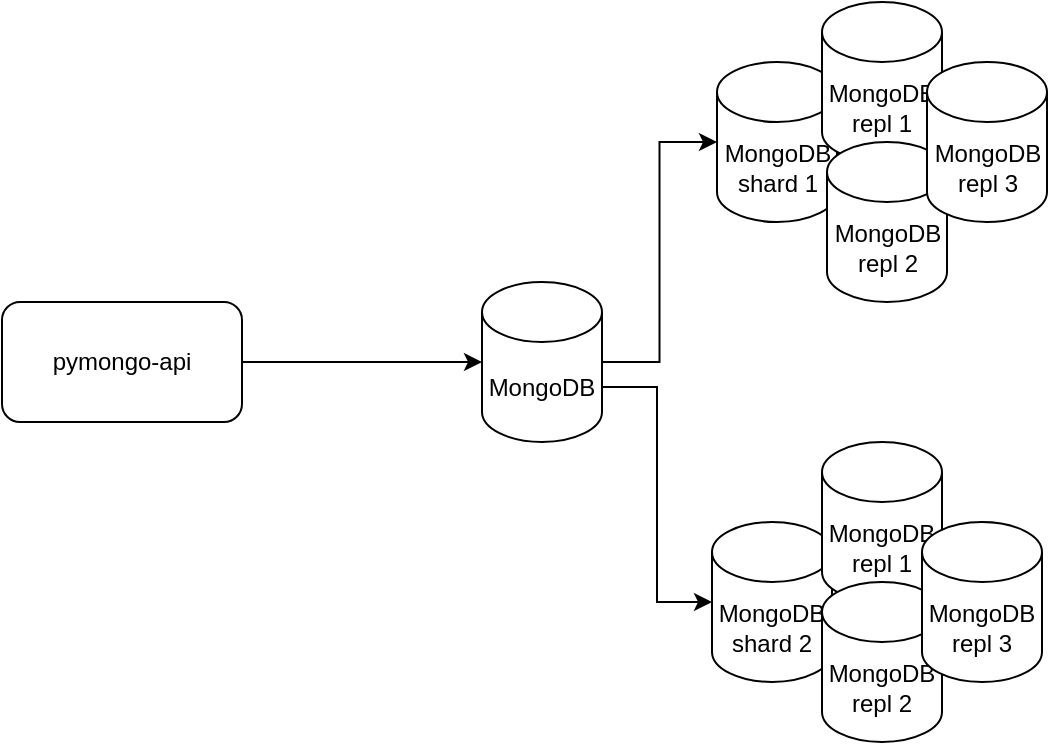
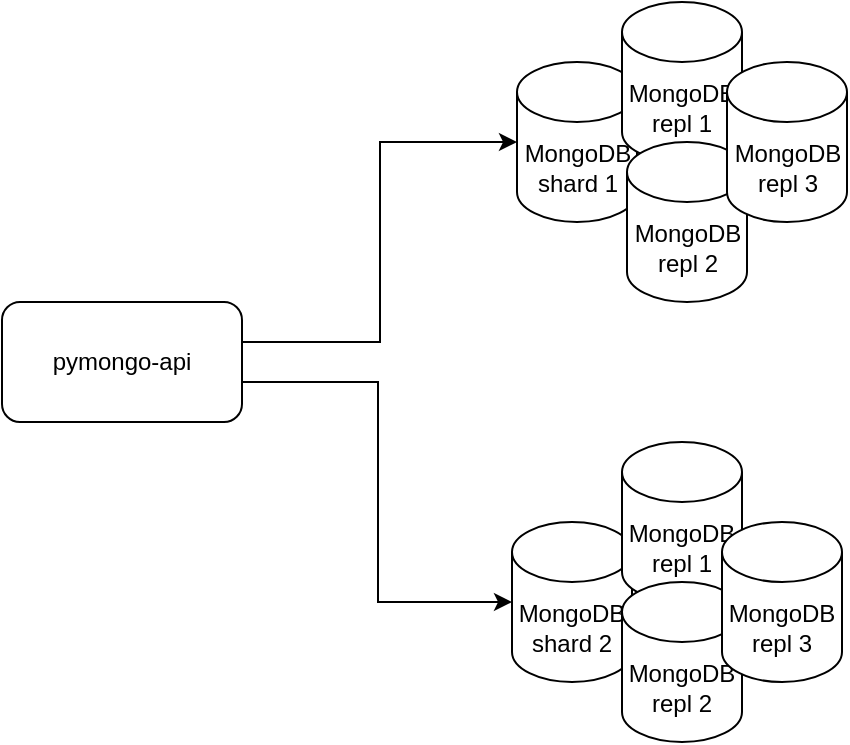
<mxfile host="Electron" agent="Mozilla/5.0 (Macintosh; Intel Mac OS X 10_15_7) AppleWebKit/537.36 (KHTML, like Gecko) draw.io/28.2.8 Chrome/140.0.7339.240 Electron/38.4.0 Safari/537.36" version="28.2.8">
  <diagram name="Page-1" id="-H_mtQnk-PTXWXPvYvuk">
-     <mxGraphModel dx="807" dy="645" grid="1" gridSize="10" guides="1" tooltips="1" connect="1" arrows="1" fold="1" page="1" pageScale="1" pageWidth="1169" pageHeight="827" math="0" shadow="0">
+     <mxGraphModel dx="970" dy="645" grid="1" gridSize="10" guides="1" tooltips="1" connect="1" arrows="1" fold="1" page="1" pageScale="1" pageWidth="1169" pageHeight="827" math="0" shadow="0">
      <root>
        <mxCell id="0" />
        <mxCell id="1" parent="0" />
        <mxCell id="zA23MoTUsTF4_91t8viU-2" value="MongoDB&lt;div&gt;shard 1&lt;/div&gt;" style="shape=cylinder3;whiteSpace=wrap;html=1;boundedLbl=1;backgroundOutline=1;size=15;" parent="1" vertex="1">
          <mxGeometry x="457.5" y="170" width="60" height="80" as="geometry" />
        </mxCell>
        <mxCell id="zA23MoTUsTF4_91t8viU-3" value="pymongo-api" style="rounded=1;whiteSpace=wrap;html=1;" parent="1" vertex="1">
-           <mxGeometry x="100" y="290" width="120" height="60" as="geometry" />
+           <mxGeometry x="200" y="290" width="120" height="60" as="geometry" />
        </mxCell>
-         <mxCell id="zA23MoTUsTF4_91t8viU-4" style="edgeStyle=orthogonalEdgeStyle;rounded=0;orthogonalLoop=1;jettySize=auto;html=1;entryX=0;entryY=0.5;entryDx=0;entryDy=0;entryPerimeter=0;exitX=1;exitY=0.5;exitDx=0;exitDy=0;exitPerimeter=0;" parent="1" source="pXTguWNS1w-aLonY1NDx-9" target="zA23MoTUsTF4_91t8viU-2" edge="1">
+         <mxCell id="zA23MoTUsTF4_91t8viU-4" style="edgeStyle=orthogonalEdgeStyle;rounded=0;orthogonalLoop=1;jettySize=auto;html=1;entryX=0;entryY=0.5;entryDx=0;entryDy=0;entryPerimeter=0;exitX=1;exitY=0.25;exitDx=0;exitDy=0;" parent="1" source="zA23MoTUsTF4_91t8viU-3" target="zA23MoTUsTF4_91t8viU-2" edge="1">
          <mxGeometry relative="1" as="geometry">
-             <mxPoint x="450" y="300" as="sourcePoint" />
+             <mxPoint x="400" y="320" as="sourcePoint" />
+             <Array as="points">
+               <mxPoint x="320" y="310" />
+               <mxPoint x="389" y="310" />
+               <mxPoint x="389" y="210" />
+             </Array>
          </mxGeometry>
        </mxCell>
-         <mxCell id="pXTguWNS1w-aLonY1NDx-1" value="MongoDB&lt;div&gt;repl 1&lt;/div&gt;" style="shape=cylinder3;whiteSpace=wrap;html=1;boundedLbl=1;backgroundOutline=1;size=15;" vertex="1" parent="1">
+         <mxCell id="pXTguWNS1w-aLonY1NDx-1" value="MongoDB&lt;div&gt;repl 1&lt;/div&gt;" style="shape=cylinder3;whiteSpace=wrap;html=1;boundedLbl=1;backgroundOutline=1;size=15;" parent="1" vertex="1">
          <mxGeometry x="510" y="140" width="60" height="80" as="geometry" />
        </mxCell>
-         <mxCell id="pXTguWNS1w-aLonY1NDx-2" value="MongoDB&lt;br&gt;&lt;div&gt;&lt;span style=&quot;background-color: transparent; color: light-dark(rgb(0, 0, 0), rgb(255, 255, 255));&quot;&gt;repl&lt;/span&gt;&amp;nbsp;2&lt;/div&gt;" style="shape=cylinder3;whiteSpace=wrap;html=1;boundedLbl=1;backgroundOutline=1;size=15;" vertex="1" parent="1">
+         <mxCell id="pXTguWNS1w-aLonY1NDx-2" value="MongoDB&lt;br&gt;&lt;div&gt;&lt;span style=&quot;background-color: transparent; color: light-dark(rgb(0, 0, 0), rgb(255, 255, 255));&quot;&gt;repl&lt;/span&gt;&amp;nbsp;2&lt;/div&gt;" style="shape=cylinder3;whiteSpace=wrap;html=1;boundedLbl=1;backgroundOutline=1;size=15;" parent="1" vertex="1">
          <mxGeometry x="512.5" y="210" width="60" height="80" as="geometry" />
        </mxCell>
-         <mxCell id="pXTguWNS1w-aLonY1NDx-3" value="MongoDB&lt;div&gt;shard 2&lt;/div&gt;" style="shape=cylinder3;whiteSpace=wrap;html=1;boundedLbl=1;backgroundOutline=1;size=15;" vertex="1" parent="1">
+         <mxCell id="pXTguWNS1w-aLonY1NDx-3" value="MongoDB&lt;div&gt;shard 2&lt;/div&gt;" style="shape=cylinder3;whiteSpace=wrap;html=1;boundedLbl=1;backgroundOutline=1;size=15;" parent="1" vertex="1">
          <mxGeometry x="455" y="400" width="60" height="80" as="geometry" />
        </mxCell>
-         <mxCell id="pXTguWNS1w-aLonY1NDx-4" style="edgeStyle=orthogonalEdgeStyle;rounded=0;orthogonalLoop=1;jettySize=auto;html=1;exitX=1;exitY=0;exitDx=0;exitDy=52.5;entryX=0;entryY=0.5;entryDx=0;entryDy=0;entryPerimeter=0;exitPerimeter=0;" edge="1" parent="1" target="pXTguWNS1w-aLonY1NDx-3" source="pXTguWNS1w-aLonY1NDx-9">
+         <mxCell id="pXTguWNS1w-aLonY1NDx-4" style="edgeStyle=orthogonalEdgeStyle;rounded=0;orthogonalLoop=1;jettySize=auto;html=1;entryX=0;entryY=0.5;entryDx=0;entryDy=0;entryPerimeter=0;" parent="1" target="pXTguWNS1w-aLonY1NDx-3" edge="1">
          <mxGeometry relative="1" as="geometry">
-             <mxPoint x="365" y="440" as="sourcePoint" />
+             <mxPoint x="320" y="340" as="sourcePoint" />
+             <Array as="points">
+               <mxPoint x="320" y="330" />
+               <mxPoint x="388" y="330" />
+               <mxPoint x="388" y="440" />
+             </Array>
          </mxGeometry>
        </mxCell>
-         <mxCell id="pXTguWNS1w-aLonY1NDx-5" value="MongoDB&lt;br&gt;&lt;div&gt;&lt;span style=&quot;background-color: transparent; color: light-dark(rgb(0, 0, 0), rgb(255, 255, 255));&quot;&gt;repl&lt;/span&gt;&amp;nbsp;1&lt;/div&gt;" style="shape=cylinder3;whiteSpace=wrap;html=1;boundedLbl=1;backgroundOutline=1;size=15;" vertex="1" parent="1">
+         <mxCell id="pXTguWNS1w-aLonY1NDx-5" value="MongoDB&lt;br&gt;&lt;div&gt;&lt;span style=&quot;background-color: transparent; color: light-dark(rgb(0, 0, 0), rgb(255, 255, 255));&quot;&gt;repl&lt;/span&gt;&amp;nbsp;1&lt;/div&gt;" style="shape=cylinder3;whiteSpace=wrap;html=1;boundedLbl=1;backgroundOutline=1;size=15;" parent="1" vertex="1">
          <mxGeometry x="510" y="360" width="60" height="80" as="geometry" />
        </mxCell>
-         <mxCell id="pXTguWNS1w-aLonY1NDx-6" value="MongoDB&lt;br&gt;&lt;div&gt;&lt;span style=&quot;background-color: transparent; color: light-dark(rgb(0, 0, 0), rgb(255, 255, 255));&quot;&gt;repl&lt;/span&gt;&amp;nbsp;2&lt;/div&gt;" style="shape=cylinder3;whiteSpace=wrap;html=1;boundedLbl=1;backgroundOutline=1;size=15;" vertex="1" parent="1">
+         <mxCell id="pXTguWNS1w-aLonY1NDx-6" value="MongoDB&lt;br&gt;&lt;div&gt;&lt;span style=&quot;background-color: transparent; color: light-dark(rgb(0, 0, 0), rgb(255, 255, 255));&quot;&gt;repl&lt;/span&gt;&amp;nbsp;2&lt;/div&gt;" style="shape=cylinder3;whiteSpace=wrap;html=1;boundedLbl=1;backgroundOutline=1;size=15;" parent="1" vertex="1">
          <mxGeometry x="510" y="430" width="60" height="80" as="geometry" />
        </mxCell>
-         <mxCell id="pXTguWNS1w-aLonY1NDx-7" value="MongoDB&lt;br&gt;&lt;div&gt;&lt;span style=&quot;background-color: transparent; color: light-dark(rgb(0, 0, 0), rgb(255, 255, 255));&quot;&gt;repl&lt;/span&gt;&amp;nbsp;3&lt;/div&gt;" style="shape=cylinder3;whiteSpace=wrap;html=1;boundedLbl=1;backgroundOutline=1;size=15;" vertex="1" parent="1">
+         <mxCell id="pXTguWNS1w-aLonY1NDx-7" value="MongoDB&lt;br&gt;&lt;div&gt;&lt;span style=&quot;background-color: transparent; color: light-dark(rgb(0, 0, 0), rgb(255, 255, 255));&quot;&gt;repl&lt;/span&gt;&amp;nbsp;3&lt;/div&gt;" style="shape=cylinder3;whiteSpace=wrap;html=1;boundedLbl=1;backgroundOutline=1;size=15;" parent="1" vertex="1">
          <mxGeometry x="562.5" y="170" width="60" height="80" as="geometry" />
        </mxCell>
-         <mxCell id="pXTguWNS1w-aLonY1NDx-8" value="MongoDB&lt;br&gt;&lt;div&gt;&lt;span style=&quot;background-color: transparent; color: light-dark(rgb(0, 0, 0), rgb(255, 255, 255));&quot;&gt;repl&lt;/span&gt;&amp;nbsp;3&lt;/div&gt;" style="shape=cylinder3;whiteSpace=wrap;html=1;boundedLbl=1;backgroundOutline=1;size=15;" vertex="1" parent="1">
+         <mxCell id="pXTguWNS1w-aLonY1NDx-8" value="MongoDB&lt;br&gt;&lt;div&gt;&lt;span style=&quot;background-color: transparent; color: light-dark(rgb(0, 0, 0), rgb(255, 255, 255));&quot;&gt;repl&lt;/span&gt;&amp;nbsp;3&lt;/div&gt;" style="shape=cylinder3;whiteSpace=wrap;html=1;boundedLbl=1;backgroundOutline=1;size=15;" parent="1" vertex="1">
          <mxGeometry x="560" y="400" width="60" height="80" as="geometry" />
-         </mxCell>
-         <mxCell id="pXTguWNS1w-aLonY1NDx-9" value="MongoDB" style="shape=cylinder3;whiteSpace=wrap;html=1;boundedLbl=1;backgroundOutline=1;size=15;" vertex="1" parent="1">
-           <mxGeometry x="340" y="280" width="60" height="80" as="geometry" />
-         </mxCell>
-         <mxCell id="pXTguWNS1w-aLonY1NDx-10" value="" style="endArrow=classic;html=1;rounded=0;exitX=1;exitY=0.5;exitDx=0;exitDy=0;entryX=0;entryY=0.5;entryDx=0;entryDy=0;entryPerimeter=0;" edge="1" parent="1" source="zA23MoTUsTF4_91t8viU-3" target="pXTguWNS1w-aLonY1NDx-9">
-           <mxGeometry width="50" height="50" relative="1" as="geometry">
-             <mxPoint x="270" y="280" as="sourcePoint" />
-             <mxPoint x="320" y="230" as="targetPoint" />
-           </mxGeometry>
        </mxCell>
      </root>
    </mxGraphModel>
  </diagram>
</mxfile>
